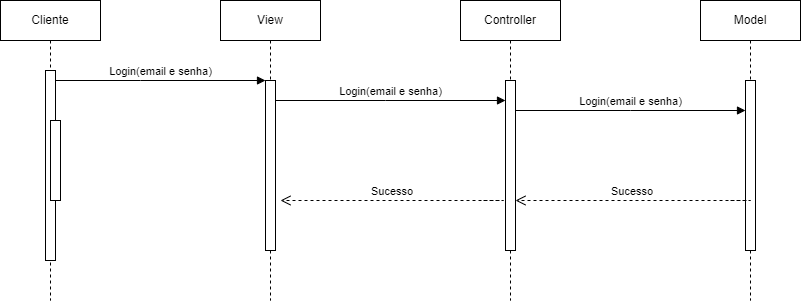
Above: arquivosinuteis/diagramasequencia2.drawio.png in Miguel11h/tcc (draw.io), before the change. Source tidied: cells renumbered, new cells last; positions are measured from the earlier drawing's top-left corner, leaving out a move shared by most shapes.
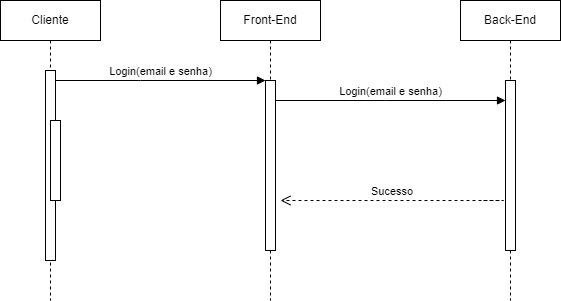
After the commit.

What changed in the source:
```diff
@@ -11,7 +11,7 @@
     <mxCell id="4" style="html=1;perimeter=orthogonalPerimeter;targetShapes=umlLifeline;newEdgeStyle={&quot;edgeStyle&quot;:&quot;elbowEdgeStyle&quot;,&quot;elbow&quot;:&quot;vertical&quot;,&quot;curved&quot;:0,&quot;rounded&quot;:0};" parent="2" vertex="1">
       <mxGeometry x="50" y="120" width="10" height="80" as="geometry" />
     </mxCell>
-    <mxCell id="5" value="View" style="shape=umlLifeline;perimeter=lifelinePerimeter;whiteSpace=wrap;html=1;newEdgeStyle={&quot;edgeStyle&quot;:&quot;elbowEdgeStyle&quot;,&quot;elbow&quot;:&quot;vertical&quot;,&quot;curved&quot;:0,&quot;rounded&quot;:0};" parent="1" vertex="1">
+    <mxCell id="5" value="Front-End" style="shape=umlLifeline;perimeter=lifelinePerimeter;whiteSpace=wrap;html=1;newEdgeStyle={&quot;edgeStyle&quot;:&quot;elbowEdgeStyle&quot;,&quot;elbow&quot;:&quot;vertical&quot;,&quot;curved&quot;:0,&quot;rounded&quot;:0};" parent="1" vertex="1">
       <mxGeometry x="220" width="100" height="300" as="geometry" />
     </mxCell>
     <mxCell id="6" style="html=1;points=[];perimeter=orthogonalPerimeter;outlineConnect=0;targetShapes=umlLifeline;portConstraint=eastwest;newEdgeStyle={&quot;edgeStyle&quot;:&quot;elbowEdgeStyle&quot;,&quot;elbow&quot;:&quot;vertical&quot;,&quot;curved&quot;:0,&quot;rounded&quot;:0};" parent="5" vertex="1">
@@ -24,18 +24,12 @@
         </Array>
       </mxGeometry>
     </mxCell>
-    <mxCell id="8" value="Controller" style="shape=umlLifeline;perimeter=lifelinePerimeter;whiteSpace=wrap;html=1;newEdgeStyle={&quot;edgeStyle&quot;:&quot;elbowEdgeStyle&quot;,&quot;elbow&quot;:&quot;vertical&quot;,&quot;curved&quot;:0,&quot;rounded&quot;:0};" parent="1" vertex="1">
+    <mxCell id="8" value="Back-End" style="shape=umlLifeline;perimeter=lifelinePerimeter;whiteSpace=wrap;html=1;newEdgeStyle={&quot;edgeStyle&quot;:&quot;elbowEdgeStyle&quot;,&quot;elbow&quot;:&quot;vertical&quot;,&quot;curved&quot;:0,&quot;rounded&quot;:0};" parent="1" vertex="1">
       <mxGeometry x="460" width="100" height="300" as="geometry" />
     </mxCell>
     <mxCell id="9" style="html=1;points=[];perimeter=orthogonalPerimeter;outlineConnect=0;targetShapes=umlLifeline;portConstraint=eastwest;newEdgeStyle={&quot;edgeStyle&quot;:&quot;elbowEdgeStyle&quot;,&quot;elbow&quot;:&quot;vertical&quot;,&quot;curved&quot;:0,&quot;rounded&quot;:0};" parent="8" vertex="1">
       <mxGeometry x="45" y="80" width="10" height="170" as="geometry" />
     </mxCell>
-    <mxCell id="10" value="Model" style="shape=umlLifeline;perimeter=lifelinePerimeter;whiteSpace=wrap;html=1;newEdgeStyle={&quot;edgeStyle&quot;:&quot;elbowEdgeStyle&quot;,&quot;elbow&quot;:&quot;vertical&quot;,&quot;curved&quot;:0,&quot;rounded&quot;:0};" parent="1" vertex="1">
-      <mxGeometry x="700" width="100" height="300" as="geometry" />
-    </mxCell>
-    <mxCell id="11" style="html=1;points=[];perimeter=orthogonalPerimeter;outlineConnect=0;targetShapes=umlLifeline;portConstraint=eastwest;newEdgeStyle={&quot;edgeStyle&quot;:&quot;elbowEdgeStyle&quot;,&quot;elbow&quot;:&quot;vertical&quot;,&quot;curved&quot;:0,&quot;rounded&quot;:0};" parent="10" vertex="1">
-      <mxGeometry x="45" y="80" width="10" height="170" as="geometry" />
-    </mxCell>
     <mxCell id="12" value="Login(email e senha)" style="html=1;verticalAlign=bottom;endArrow=block;edgeStyle=elbowEdgeStyle;elbow=vertical;curved=0;rounded=0;" parent="1" edge="1" source="6" target="9">
       <mxGeometry relative="1" as="geometry">
         <Array as="points">
@@ -43,21 +37,6 @@
         </Array>
       </mxGeometry>
     </mxCell>
-    <mxCell id="13" value="Login(email e senha)" style="html=1;verticalAlign=bottom;endArrow=block;edgeStyle=elbowEdgeStyle;elbow=vertical;curved=0;rounded=0;" parent="1" edge="1" source="9" target="11">
-      <mxGeometry relative="1" as="geometry">
-        <Array as="points">
-          <mxPoint x="630" y="110" />
-        </Array>
-      </mxGeometry>
-    </mxCell>
-    <mxCell id="14" value="&amp;nbsp;Sucesso" style="html=1;verticalAlign=bottom;endArrow=open;dashed=1;endSize=8;edgeStyle=elbowEdgeStyle;elbow=vertical;curved=0;rounded=0;" parent="1" edge="1" target="9">
-      <mxGeometry x="0.1" relative="1" as="geometry">
-        <mxPoint x="730" y="200" as="sourcePoint" />
-        <Array as="points">
-          <mxPoint x="750" y="200" />
-        </Array>
-      </mxGeometry>
-    </mxCell>
     <mxCell id="15" value="&amp;nbsp;Sucesso" style="html=1;verticalAlign=bottom;endArrow=open;dashed=1;endSize=8;edgeStyle=elbowEdgeStyle;elbow=vertical;curved=0;rounded=0;" parent="1" edge="1">
       <mxGeometry x="0.1" relative="1" as="geometry">
         <mxPoint x="483" y="200" as="sourcePoint" />
```
